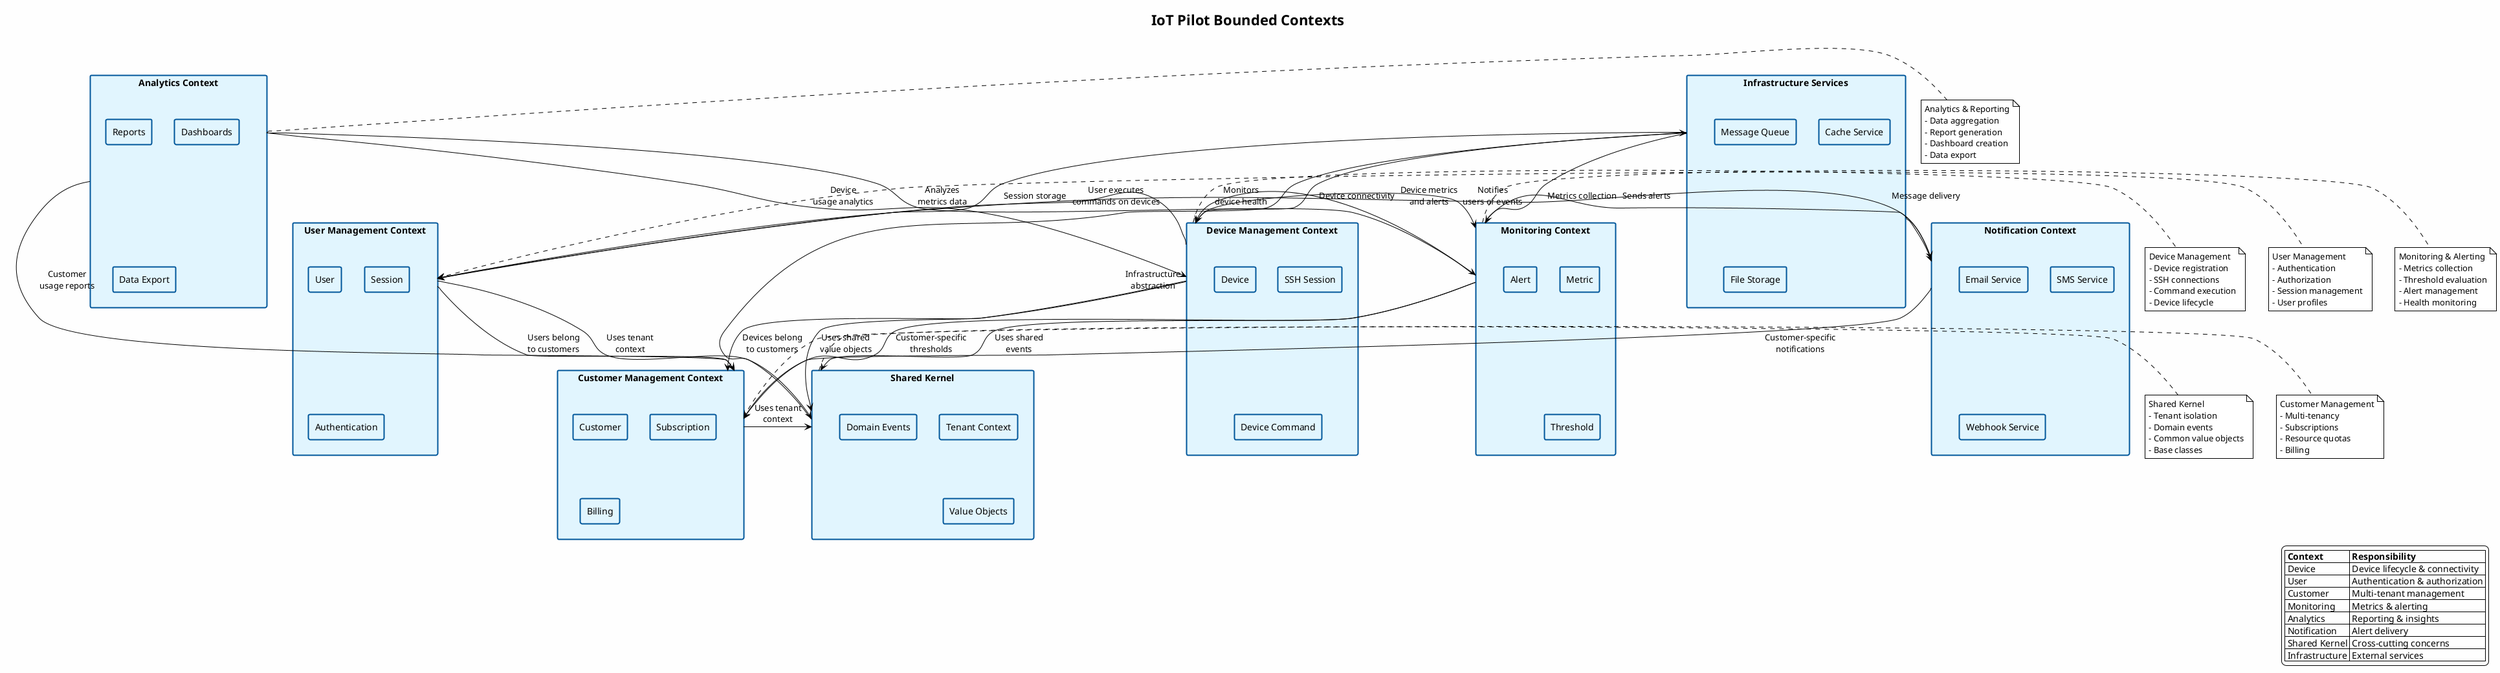
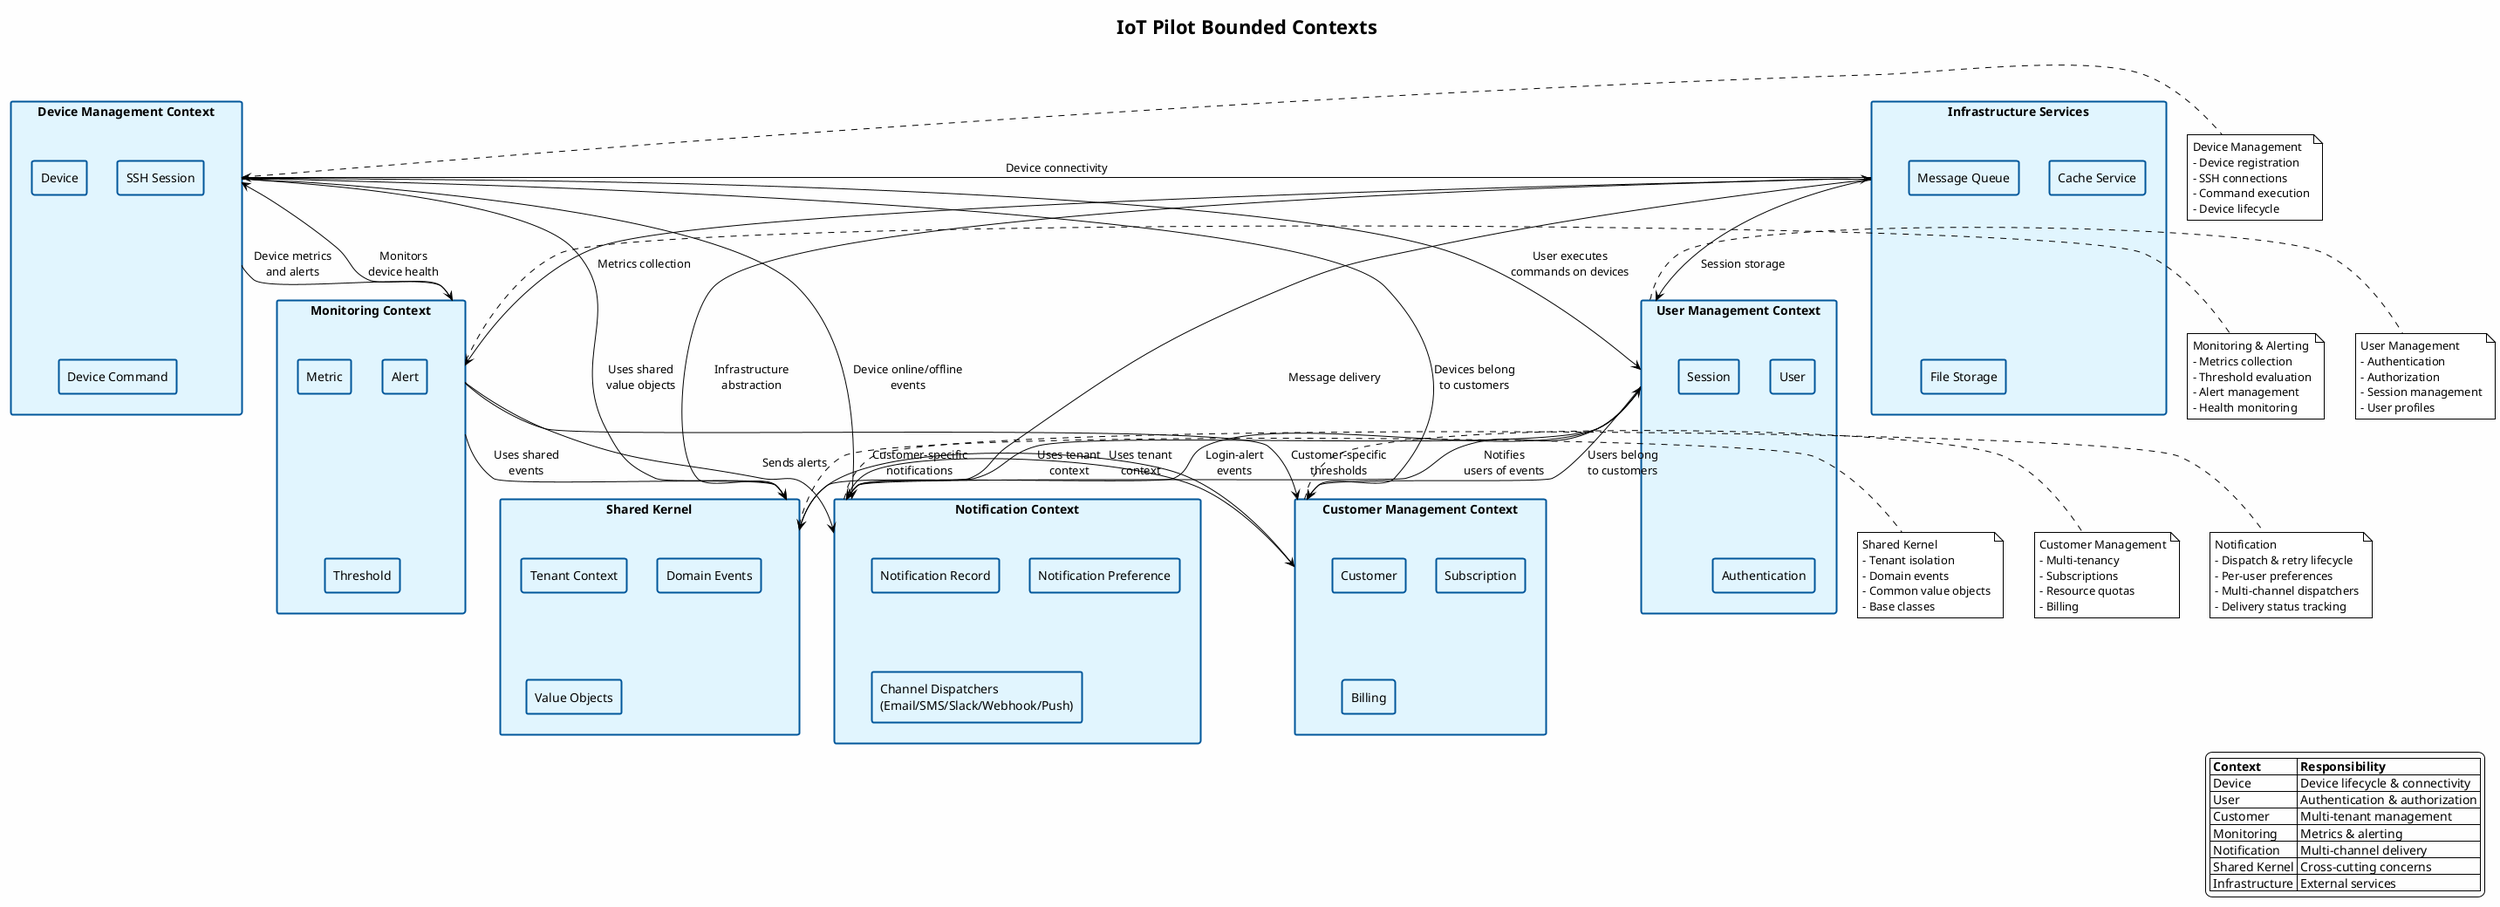
@startuml Bounded Contexts Relationship
!theme plain
skinparam backgroundColor #FEFEFE
skinparam rectangle {
    BackgroundColor #E1F5FE
    BorderColor #01579B
    BorderThickness 2
}

title IoT Pilot Bounded Contexts

' Core Bounded Contexts
rectangle "Device Management Context" as DeviceContext {
    rectangle "Device" as Device
    rectangle "SSH Session" as SshSession
    rectangle "Device Command" as DeviceCommand
}

rectangle "User Management Context" as UserContext {
    rectangle "User" as User
    rectangle "Session" as Session
    rectangle "Authentication" as Auth
}

rectangle "Customer Management Context" as CustomerContext {
    rectangle "Customer" as Customer
    rectangle "Subscription" as Subscription
    rectangle "Billing" as Billing
}

rectangle "Monitoring Context" as MonitoringContext {
    rectangle "Metric" as Metric
    rectangle "Alert" as Alert
    rectangle "Threshold" as Threshold
}

' Shared Kernel
rectangle "Shared Kernel" as SharedKernel {
    rectangle "Tenant Context" as TenantContext
    rectangle "Domain Events" as DomainEvents
    rectangle "Value Objects" as ValueObjects
}

- ' Supporting Contexts
- rectangle "Analytics Context" as AnalyticsContext {
-     rectangle "Reports" as Reports
-     rectangle "Dashboards" as Dashboards
-     rectangle "Data Export" as DataExport
- }
- 
rectangle "Notification Context" as NotificationContext {
-     rectangle "Email Service" as Email
-     rectangle "SMS Service" as SMS
-     rectangle "Webhook Service" as Webhook
+     rectangle "Notification Record" as NotificationRecord
+     rectangle "Notification Preference" as NotificationPreference
+     rectangle "Channel Dispatchers\n(Email/SMS/Slack/Webhook/Push)" as ChannelDispatchers
}

' Infrastructure Services
rectangle "Infrastructure Services" as Infra {
    rectangle "Message Queue" as Queue
    rectangle "Cache Service" as Cache
    rectangle "File Storage" as Storage
}

' Context Relationships
DeviceContext --> UserContext : User executes\ncommands on devices
DeviceContext --> CustomerContext : Devices belong\nto customers
DeviceContext --> MonitoringContext : Device metrics\nand alerts
DeviceContext --> SharedKernel : Uses shared\nvalue objects

UserContext --> CustomerContext : Users belong\nto customers
UserContext --> SharedKernel : Uses tenant\ncontext

CustomerContext --> SharedKernel : Uses tenant\ncontext

MonitoringContext --> DeviceContext : Monitors\ndevice health
MonitoringContext --> CustomerContext : Customer-specific\nthresholds
MonitoringContext --> NotificationContext : Sends alerts
MonitoringContext --> SharedKernel : Uses shared\nevents

- AnalyticsContext --> MonitoringContext : Analyzes\nmetrics data
- AnalyticsContext --> DeviceContext : Device\nusage analytics
- AnalyticsContext --> CustomerContext : Customer\nusage reports
+ DeviceContext --> NotificationContext : Device online/offline\nevents
+ UserContext --> NotificationContext : Login-alert\nevents

NotificationContext --> UserContext : Notifies\nusers of events
NotificationContext --> CustomerContext : Customer-specific\nnotifications

' Anti-Corruption Layer
SharedKernel --> Infra : Infrastructure\nabstraction

' Upstream Dependencies
Infra --> DeviceContext : Device connectivity
Infra --> MonitoringContext : Metrics collection
Infra --> UserContext : Session storage
Infra --> NotificationContext : Message delivery

' Context Map Legend
legend right
    |= Context |= Responsibility |
    | Device | Device lifecycle & connectivity |
    | User | Authentication & authorization |
    | Customer | Multi-tenant management |
    | Monitoring | Metrics & alerting |
-     | Analytics | Reporting & insights |
-     | Notification | Alert delivery |
+     | Notification | Multi-channel delivery |
    | Shared Kernel | Cross-cutting concerns |
    | Infrastructure | External services |
endlegend

' Context Boundaries
note right of DeviceContext : Device Management\n- Device registration\n- SSH connections\n- Command execution\n- Device lifecycle
note right of UserContext : User Management\n- Authentication\n- Authorization\n- Session management\n- User profiles
note right of CustomerContext : Customer Management\n- Multi-tenancy\n- Subscriptions\n- Resource quotas\n- Billing
note right of MonitoringContext : Monitoring & Alerting\n- Metrics collection\n- Threshold evaluation\n- Alert management\n- Health monitoring
note right of SharedKernel : Shared Kernel\n- Tenant isolation\n- Domain events\n- Common value objects\n- Base classes
- note right of AnalyticsContext : Analytics & Reporting\n- Data aggregation\n- Report generation\n- Dashboard creation\n- Data export
+ note right of NotificationContext : Notification\n- Dispatch & retry lifecycle\n- Per-user preferences\n- Multi-channel dispatchers\n- Delivery status tracking

@enduml
